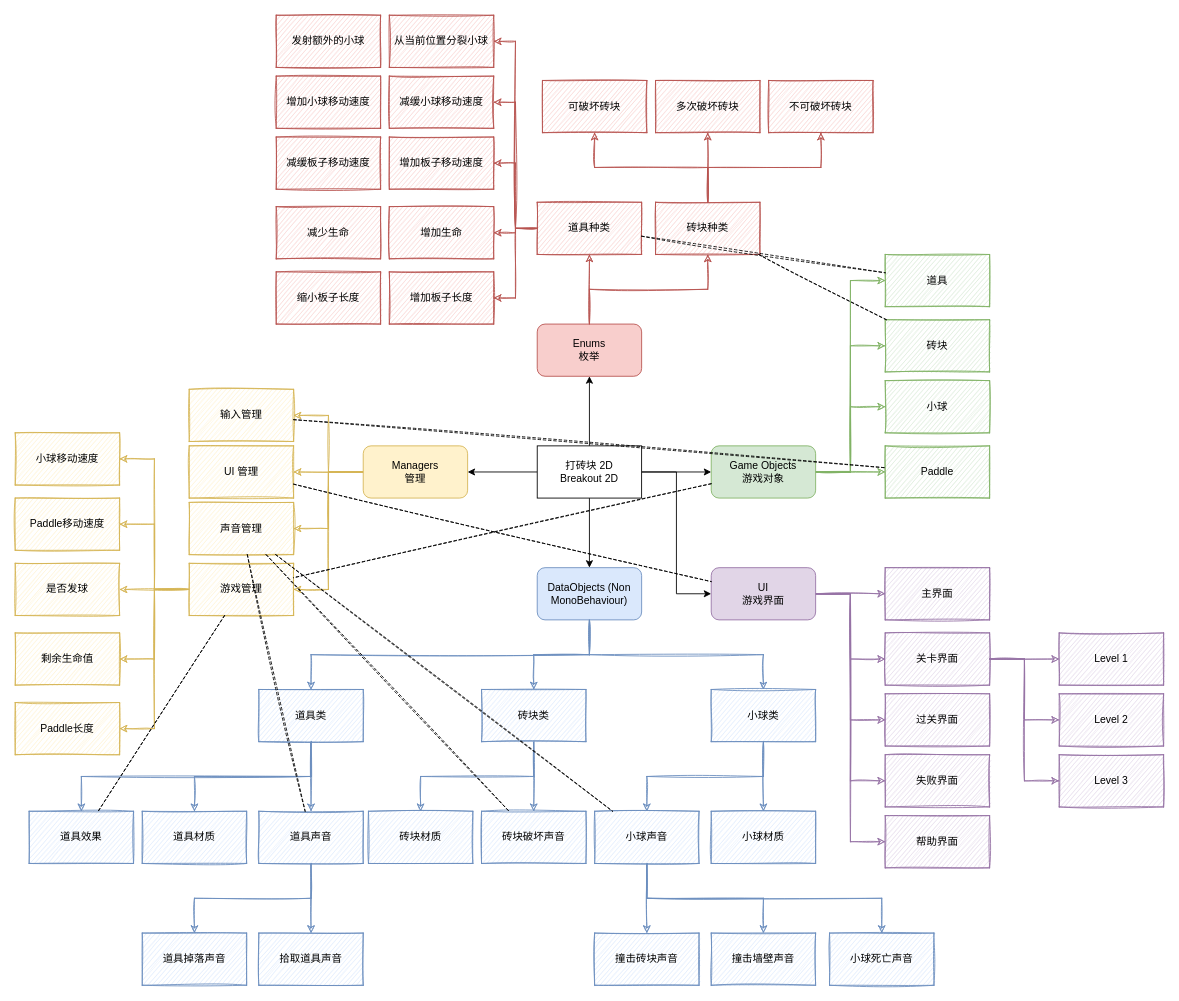
This is page "Game Structure" (2 of 2) of Brickout Game Design.drawio from 8cher/Breakout-2D, a draw.io file, before an edit. Source tidied: cells renumbered, new cells numbered last; positions are measured from the earlier drawing's top-left corner, leaving out a move shared by most shapes. Both pictures are drawn from the tidied source at 87%, with x=0, y=0 at pixel (15, 15).
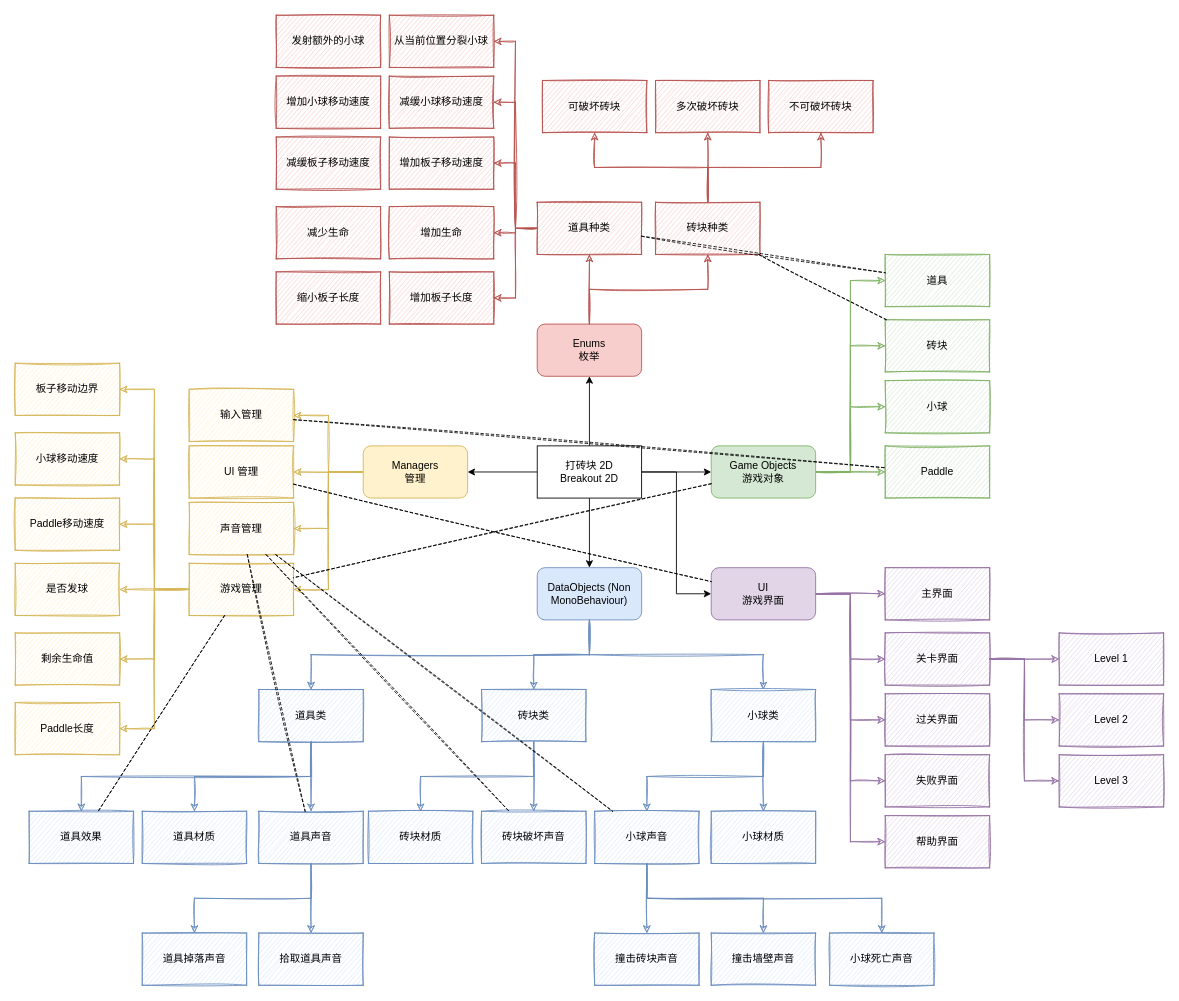
After the change.

The change refers to these unchanged cells:
```xml
<mxCell id="56" value="&lt;div&gt;游戏管理&lt;/div&gt;" style="whiteSpace=wrap;html=1;rounded=0;strokeColor=#d6b656;fillColor=#fff2cc;sketch=1;" parent="1" vertex="1">
  <mxGeometry x="200" y="630" width="120" height="60" as="geometry" />
</mxCell>
```

Diff of the diagram source:
```diff
@@
+    <mxCell id="119" style="edgeStyle=orthogonalEdgeStyle;rounded=0;sketch=1;jettySize=auto;html=1;entryX=1;entryY=0.5;entryDx=0;entryDy=0;fillColor=#fff2cc;strokeColor=#d6b656;" parent="1" edge="1" source="56" target="120">
+      <mxGeometry relative="1" as="geometry" />
+    </mxCell>
@@
+    <mxCell id="120" value="板子移动边界" style="whiteSpace=wrap;html=1;rounded=0;strokeColor=#d6b656;fillColor=#fff2cc;sketch=1;" parent="1" vertex="1">
+      <mxGeometry y="400" width="120" height="60" as="geometry" />
+    </mxCell>
```
